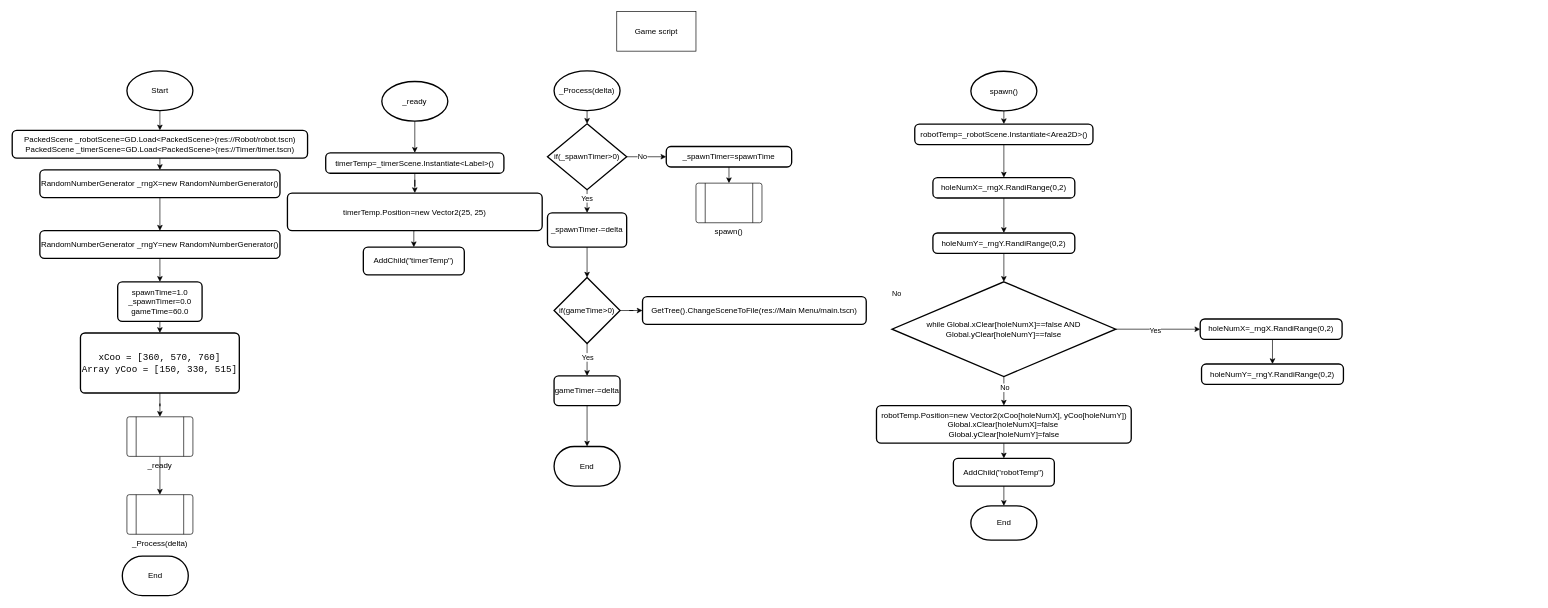
Before: whack-a-robot/Game/game flowchart.drawio in BHASVIC-Kasper25/Whack-a-Robot, a draw.io diagram. Source tidied: cells renumbered, new cells numbered last; positions are measured from the earlier drawing's top-left corner, leaving out a move shared by most shapes. Both pictures are drawn from the tidied source at 66%, with x=0, y=0 at pixel (12, 11).
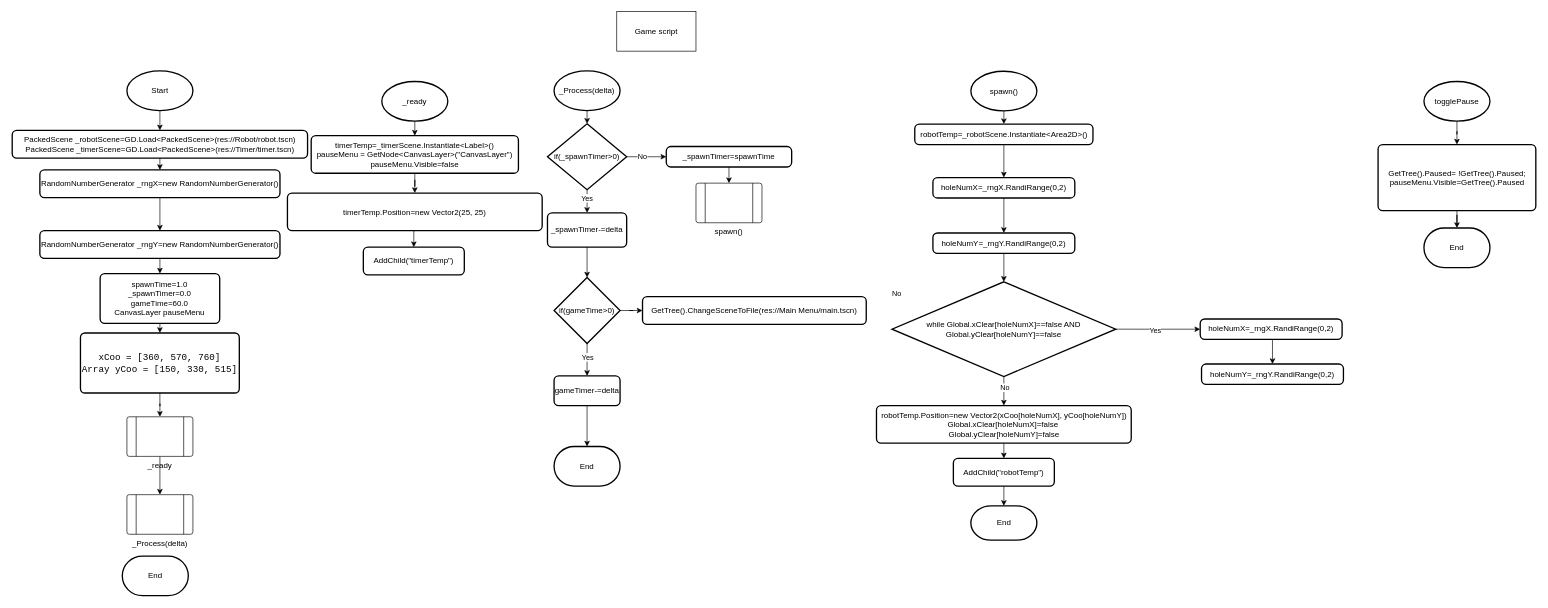
The same page after the edit.

The edit, as a diff of the source:
```diff
@@
-    <mxCell id="11" value="spawnTime=1.0&lt;div&gt;_spawnTimer=0.0&lt;/div&gt;&lt;div&gt;gameTime=60.0&lt;/div&gt;" style="rounded=1;whiteSpace=wrap;html=1;absoluteArcSize=1;arcSize=14;strokeWidth=2;" parent="1" vertex="1">
-      <mxGeometry x="159.8" y="409.5" width="127.9" height="60" as="geometry" />
+    <mxCell id="11" value="spawnTime=1.0&lt;div&gt;_spawnTimer=0.0&lt;/div&gt;&lt;div&gt;gameTime=60.0&lt;/div&gt;&lt;div&gt;CanvasLayer pauseMenu&lt;/div&gt;" style="rounded=1;whiteSpace=wrap;html=1;absoluteArcSize=1;arcSize=14;strokeWidth=2;" parent="1" vertex="1">
+      <mxGeometry x="133.2" y="397" width="181.2" height="75.5" as="geometry" />
     </mxCell>
@@
-    <mxCell id="64" value="timerTemp=_timerScene.Instantiate&amp;lt;Label&amp;gt;()" style="rounded=1;whiteSpace=wrap;html=1;absoluteArcSize=1;arcSize=14;strokeWidth=2;" parent="1" vertex="1">
-      <mxGeometry x="475" y="214" width="270" height="31" as="geometry" />
+    <mxCell id="64" value="timerTemp=_timerScene.Instantiate&amp;lt;Label&amp;gt;()&lt;div&gt;pauseMenu = GetNode&amp;lt;CanvasLayer&amp;gt;(&quot;CanvasLayer&quot;)&lt;/div&gt;&lt;div&gt;pauseMenu.Visible=false&lt;/div&gt;" style="rounded=1;whiteSpace=wrap;html=1;absoluteArcSize=1;arcSize=14;strokeWidth=2;" parent="1" vertex="1">
+      <mxGeometry x="453" y="188" width="314" height="57" as="geometry" />
     </mxCell>
@@
+    <mxCell id="68" style="edgeStyle=orthogonalEdgeStyle;rounded=0;jettySize=auto;html=1;exitX=0.5;exitY=1;exitDx=0;exitDy=0;exitPerimeter=0;defaultLabelBackgroundColor=gap;" parent="1" edge="1" source="69" target="71">
+      <mxGeometry relative="1" as="geometry" />
+    </mxCell>
+    <mxCell id="69" value="togglePause" style="strokeWidth=2;html=1;shape=mxgraph.flowchart.start_1;whiteSpace=wrap;" parent="1" vertex="1">
+      <mxGeometry x="2139" y="106" width="100" height="60" as="geometry" />
+    </mxCell>
+    <mxCell id="70" style="edgeStyle=orthogonalEdgeStyle;rounded=0;jettySize=auto;html=1;exitX=0.5;exitY=1;exitDx=0;exitDy=0;defaultLabelBackgroundColor=gap;" parent="1" edge="1" source="71" target="72">
+      <mxGeometry relative="1" as="geometry" />
+    </mxCell>
+    <mxCell id="71" value="GetTree().Paused= !GetTree().Paused;&lt;div&gt;pauseMenu.Visible=GetTree().Paused&lt;/div&gt;" style="rounded=1;whiteSpace=wrap;html=1;absoluteArcSize=1;arcSize=14;strokeWidth=2;" parent="1" vertex="1">
+      <mxGeometry x="2069.5" y="201.5" width="239" height="100" as="geometry" />
+    </mxCell>
+    <mxCell id="72" value="End" style="strokeWidth=2;html=1;shape=mxgraph.flowchart.terminator;whiteSpace=wrap;" parent="1" vertex="1">
+      <mxGeometry x="2139" y="328" width="100" height="60" as="geometry" />
+    </mxCell>
```
